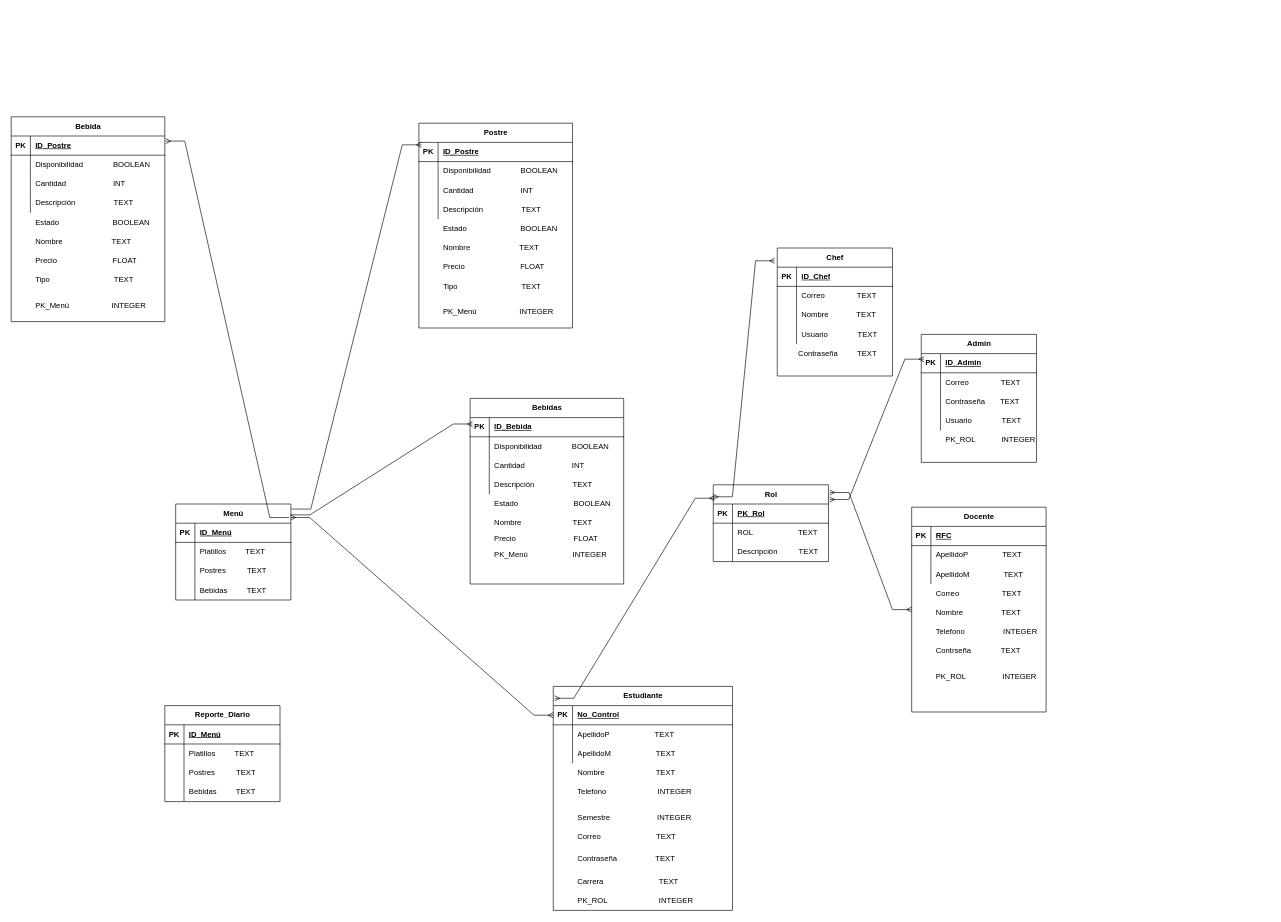
This is Diagrama sin título.drawio from OSCARCH2002/diagramas, a draw.io file, before an edit. Source tidied: cells renumbered, new cells numbered last; positions are measured from the earlier drawing's top-left corner, leaving out a move shared by most shapes. Both pictures are drawn from the tidied source at 64%, with x=0, y=0 at pixel (11, 116).
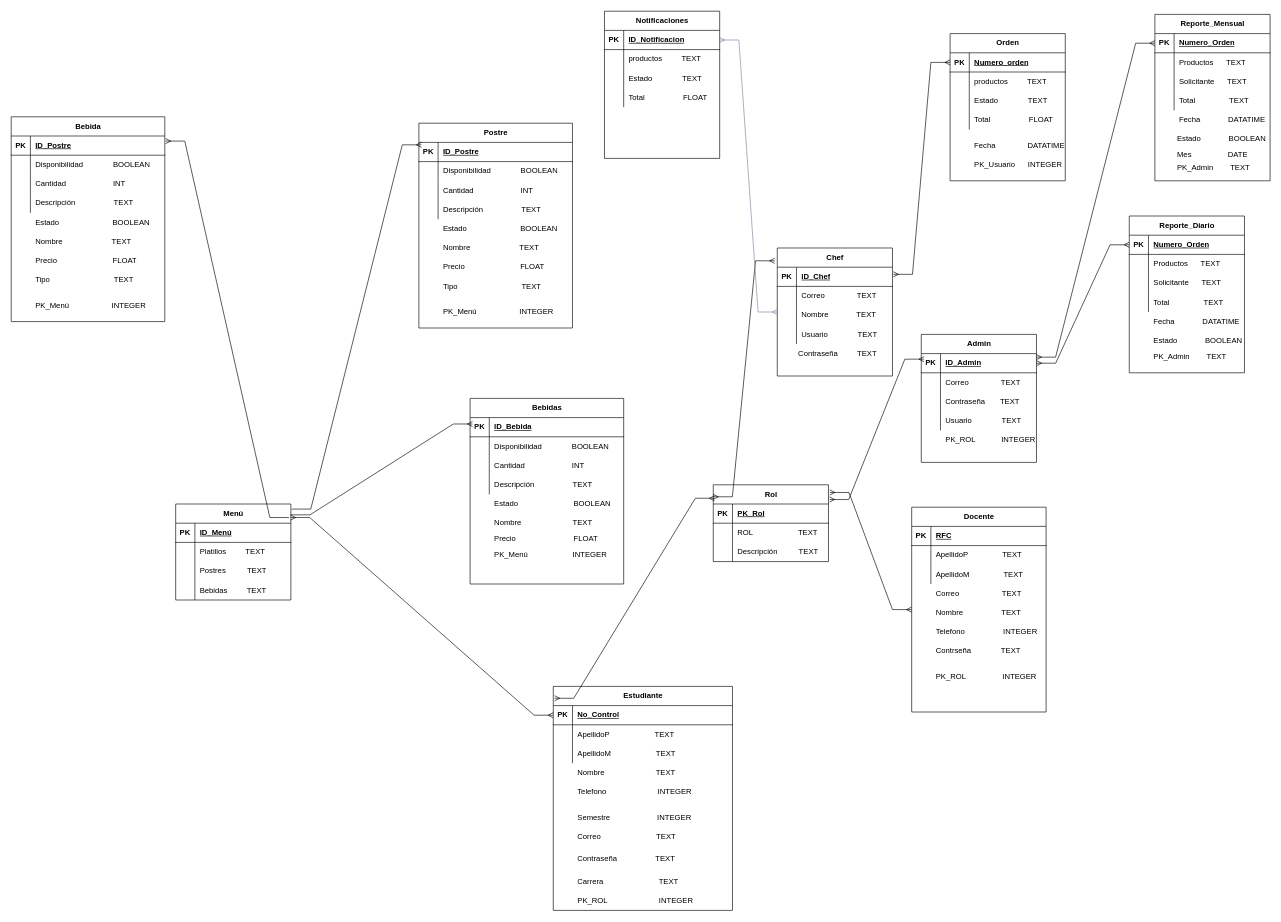
The same page after the edit.

The change refers to these unchanged cells:
```xml
<mxCell id="44" style="shape=tableRow;horizontal=0;startSize=0;swimlaneHead=0;swimlaneBody=0;fillColor=none;points=[[0,0.5],[1,0.5]];portConstraint=eastwest;top=0;left=0;right=0;bottom=1;" parent="43" vertex="1">
  <mxGeometry y="30" width="180" height="30" as="geometry" />
</mxCell>
<mxCell id="92" value="Chef" style="shape=table;startSize=30;childLayout=tableLayout;rowLines=0;fontStyle=1;align=center;html=1;" parent="1" vertex="1">
  <mxGeometry x="1197" y="205" width="180" height="200" as="geometry" />
</mxCell>
<mxCell id="93" style="shape=tableRow;horizontal=0;startSize=0;swimlaneHead=0;swimlaneBody=0;fillColor=none;points=[[0,0.5],[1,0.5]];portConstraint=eastwest;top=0;left=0;right=0;bottom=1;" parent="92" vertex="1">
  <mxGeometry y="30" width="180" height="30" as="geometry" />
</mxCell>
<mxCell id="146" style="shape=tableRow;horizontal=0;startSize=0;swimlaneHead=0;swimlaneBody=0;fillColor=none;points=[[0,0.5],[1,0.5]];portConstraint=eastwest;top=0;left=0;right=0;bottom=1;" parent="145" vertex="1">
  <mxGeometry y="30" width="180" height="30" as="geometry" />
</mxCell>
<mxCell id="149" style="shape=tableRow;horizontal=0;startSize=0;swimlaneHead=0;swimlaneBody=0;fillColor=none;top=0;left=0;right=0;bottom=0;" parent="145" vertex="1">
  <mxGeometry y="60" width="180" height="30" as="geometry" />
</mxCell>
<mxCell id="152" style="shape=tableRow;horizontal=0;startSize=0;swimlaneHead=0;swimlaneBody=0;fillColor=none;top=0;left=0;right=0;bottom=0;" parent="145" vertex="1">
  <mxGeometry y="90" width="180" height="30" as="geometry" />
</mxCell>
<mxCell id="155" style="shape=tableRow;horizontal=0;startSize=0;swimlaneHead=0;swimlaneBody=0;fillColor=none;top=0;left=0;right=0;bottom=0;" parent="145" vertex="1">
  <mxGeometry y="120" width="180" height="30" as="geometry" />
</mxCell>
```

What changed in the source:
```diff
@@
     <mxCell id="145" value="Reporte_Diario" style="shape=table;startSize=30;childLayout=tableLayout;rowLines=0;fontStyle=1;align=center;html=1;" parent="1" vertex="1">
-      <mxGeometry x="240" y="920" width="180" height="150" as="geometry" />
+      <mxGeometry x="1747" y="155" width="180" height="245" as="geometry" />
     </mxCell>
@@
-    <mxCell id="148" value="ID_Menú" style="shape=partialRectangle;fillColor=none;top=0;left=0;bottom=0;right=0;align=left;spacingLeft=6;fontStyle=5;overflow=hidden;whiteSpace=wrap;html=1;" parent="146" vertex="1">
+    <mxCell id="148" value="Numero_Orden" style="shape=partialRectangle;fillColor=none;top=0;left=0;bottom=0;right=0;align=left;spacingLeft=6;fontStyle=5;overflow=hidden;whiteSpace=wrap;html=1;" parent="146" vertex="1">
       <mxGeometry x="30" width="150" height="30" as="geometry" />
     </mxCell>
@@
-    <mxCell id="151" value="Platillos&amp;nbsp; &amp;nbsp; &amp;nbsp; &amp;nbsp; &amp;nbsp;TEXT" style="shape=partialRectangle;fillColor=none;top=0;left=0;bottom=0;right=0;align=left;spacingLeft=6;overflow=hidden;whiteSpace=wrap;html=1;" parent="149" vertex="1">
+    <mxCell id="151" value="Productos&amp;nbsp; &amp;nbsp; &amp;nbsp; TEXT" style="shape=partialRectangle;fillColor=none;top=0;left=0;bottom=0;right=0;align=left;spacingLeft=6;overflow=hidden;whiteSpace=wrap;html=1;" parent="149" vertex="1">
       <mxGeometry x="30" width="150" height="30" as="geometry" />
     </mxCell>
@@
-    <mxCell id="154" value="Postres&amp;nbsp; &amp;nbsp; &amp;nbsp; &amp;nbsp; &amp;nbsp; TEXT" style="shape=partialRectangle;fillColor=none;top=0;left=0;bottom=0;right=0;align=left;spacingLeft=6;overflow=hidden;whiteSpace=wrap;html=1;" parent="152" vertex="1">
+    <mxCell id="154" value="Solicitante&amp;nbsp; &amp;nbsp; &amp;nbsp; TEXT" style="shape=partialRectangle;fillColor=none;top=0;left=0;bottom=0;right=0;align=left;spacingLeft=6;overflow=hidden;whiteSpace=wrap;html=1;" parent="152" vertex="1">
       <mxGeometry x="30" width="150" height="30" as="geometry" />
     </mxCell>
@@
-    <mxCell id="157" value="Bebidas&amp;nbsp; &amp;nbsp; &amp;nbsp; &amp;nbsp; &amp;nbsp;TEXT" style="shape=partialRectangle;fillColor=none;top=0;left=0;bottom=0;right=0;align=left;spacingLeft=6;overflow=hidden;whiteSpace=wrap;html=1;" parent="155" vertex="1">
+    <mxCell id="157" value="Total&amp;nbsp; &amp;nbsp; &amp;nbsp; &amp;nbsp; &amp;nbsp; &amp;nbsp; &amp;nbsp; &amp;nbsp; TEXT" style="shape=partialRectangle;fillColor=none;top=0;left=0;bottom=0;right=0;align=left;spacingLeft=6;overflow=hidden;whiteSpace=wrap;html=1;" parent="155" vertex="1">
       <mxGeometry x="30" width="150" height="30" as="geometry" />
     </mxCell>
@@
+    <mxCell id="159" value="Fecha&amp;nbsp; &amp;nbsp; &amp;nbsp; &amp;nbsp; &amp;nbsp; &amp;nbsp; &amp;nbsp;DATATIME" style="shape=partialRectangle;fillColor=none;top=0;left=0;bottom=0;right=0;align=left;spacingLeft=6;overflow=hidden;whiteSpace=wrap;html=1;" parent="1" vertex="1">
+      <mxGeometry x="1777" y="305" width="150" height="30" as="geometry" />
+    </mxCell>
+    <mxCell id="160" value="Estado&amp;nbsp; &amp;nbsp; &amp;nbsp; &amp;nbsp; &amp;nbsp; &amp;nbsp; &amp;nbsp;BOOLEAN" style="shape=partialRectangle;fillColor=none;top=0;left=0;bottom=0;right=0;align=left;spacingLeft=6;overflow=hidden;whiteSpace=wrap;html=1;" parent="1" vertex="1">
+      <mxGeometry x="1777" y="335" width="150" height="30" as="geometry" />
+    </mxCell>
+    <mxCell id="161" value="Reporte_Mensual" style="shape=table;startSize=30;childLayout=tableLayout;rowLines=0;fontStyle=1;align=center;html=1;" parent="1" vertex="1">
+      <mxGeometry x="1787" y="-160" width="180" height="260" as="geometry" />
+    </mxCell>
+    <mxCell id="162" style="shape=tableRow;horizontal=0;startSize=0;swimlaneHead=0;swimlaneBody=0;fillColor=none;points=[[0,0.5],[1,0.5]];portConstraint=eastwest;top=0;left=0;right=0;bottom=1;" parent="161" vertex="1">
+      <mxGeometry y="30" width="180" height="30" as="geometry" />
+    </mxCell>
+    <mxCell id="163" value="PK" style="shape=partialRectangle;fillColor=none;top=0;left=0;bottom=0;right=0;fontStyle=1;overflow=hidden;whiteSpace=wrap;html=1;" parent="162" vertex="1">
+      <mxGeometry width="30" height="30" as="geometry" />
+    </mxCell>
+    <mxCell id="164" value="Numero_Orden" style="shape=partialRectangle;fillColor=none;top=0;left=0;bottom=0;right=0;align=left;spacingLeft=6;fontStyle=5;overflow=hidden;whiteSpace=wrap;html=1;" parent="162" vertex="1">
+      <mxGeometry x="30" width="150" height="30" as="geometry" />
+    </mxCell>
+    <mxCell id="165" style="shape=tableRow;horizontal=0;startSize=0;swimlaneHead=0;swimlaneBody=0;fillColor=none;top=0;left=0;right=0;bottom=0;" parent="161" vertex="1">
+      <mxGeometry y="60" width="180" height="30" as="geometry" />
+    </mxCell>
+    <mxCell id="166" style="shape=partialRectangle;fillColor=none;top=0;left=0;bottom=0;right=0;overflow=hidden;whiteSpace=wrap;html=1;" parent="165" vertex="1">
+      <mxGeometry width="30" height="30" as="geometry" />
+    </mxCell>
+    <mxCell id="167" value="Productos&amp;nbsp; &amp;nbsp; &amp;nbsp; TEXT" style="shape=partialRectangle;fillColor=none;top=0;left=0;bottom=0;right=0;align=left;spacingLeft=6;overflow=hidden;whiteSpace=wrap;html=1;" parent="165" vertex="1">
+      <mxGeometry x="30" width="150" height="30" as="geometry" />
+    </mxCell>
+    <mxCell id="168" style="shape=tableRow;horizontal=0;startSize=0;swimlaneHead=0;swimlaneBody=0;fillColor=none;top=0;left=0;right=0;bottom=0;" parent="161" vertex="1">
+      <mxGeometry y="90" width="180" height="30" as="geometry" />
+    </mxCell>
+    <mxCell id="169" style="shape=partialRectangle;fillColor=none;top=0;left=0;bottom=0;right=0;overflow=hidden;whiteSpace=wrap;html=1;" parent="168" vertex="1">
+      <mxGeometry width="30" height="30" as="geometry" />
+    </mxCell>
+    <mxCell id="170" value="Solicitante&amp;nbsp; &amp;nbsp; &amp;nbsp; TEXT" style="shape=partialRectangle;fillColor=none;top=0;left=0;bottom=0;right=0;align=left;spacingLeft=6;overflow=hidden;whiteSpace=wrap;html=1;" parent="168" vertex="1">
+      <mxGeometry x="30" width="150" height="30" as="geometry" />
+    </mxCell>
+    <mxCell id="171" style="shape=tableRow;horizontal=0;startSize=0;swimlaneHead=0;swimlaneBody=0;fillColor=none;top=0;left=0;right=0;bottom=0;" parent="161" vertex="1">
+      <mxGeometry y="120" width="180" height="30" as="geometry" />
+    </mxCell>
+    <mxCell id="172" style="shape=partialRectangle;fillColor=none;top=0;left=0;bottom=0;right=0;overflow=hidden;whiteSpace=wrap;html=1;" parent="171" vertex="1">
+      <mxGeometry width="30" height="30" as="geometry" />
+    </mxCell>
+    <mxCell id="173" value="Total&amp;nbsp; &amp;nbsp; &amp;nbsp; &amp;nbsp; &amp;nbsp; &amp;nbsp; &amp;nbsp; &amp;nbsp; TEXT" style="shape=partialRectangle;fillColor=none;top=0;left=0;bottom=0;right=0;align=left;spacingLeft=6;overflow=hidden;whiteSpace=wrap;html=1;" parent="171" vertex="1">
+      <mxGeometry x="30" width="150" height="30" as="geometry" />
+    </mxCell>
+    <mxCell id="174" value="Fecha&amp;nbsp; &amp;nbsp; &amp;nbsp; &amp;nbsp; &amp;nbsp; &amp;nbsp; &amp;nbsp;DATATIME" style="shape=partialRectangle;fillColor=none;top=0;left=0;bottom=0;right=0;align=left;spacingLeft=6;overflow=hidden;whiteSpace=wrap;html=1;" parent="1" vertex="1">
+      <mxGeometry x="1817" y="-10" width="150" height="30" as="geometry" />
+    </mxCell>
+    <mxCell id="175" value="Estado&amp;nbsp; &amp;nbsp; &amp;nbsp; &amp;nbsp; &amp;nbsp; &amp;nbsp; &amp;nbsp;BOOLEAN" style="shape=partialRectangle;fillColor=none;top=0;left=0;bottom=0;right=0;align=left;spacingLeft=6;overflow=hidden;whiteSpace=wrap;html=1;" parent="1" vertex="1">
+      <mxGeometry x="1814" y="20" width="150" height="30" as="geometry" />
+    </mxCell>
+    <mxCell id="176" value="Mes&amp;nbsp; &amp;nbsp; &amp;nbsp; &amp;nbsp; &amp;nbsp; &amp;nbsp; &amp;nbsp; &amp;nbsp; &amp;nbsp;DATE" style="shape=partialRectangle;fillColor=none;top=0;left=0;bottom=0;right=0;align=left;spacingLeft=6;overflow=hidden;whiteSpace=wrap;html=1;" parent="1" vertex="1">
+      <mxGeometry x="1814" y="45" width="150" height="30" as="geometry" />
+    </mxCell>
+    <mxCell id="177" value="PK_Admin&amp;nbsp; &amp;nbsp; &amp;nbsp; &amp;nbsp; TEXT" style="shape=partialRectangle;fillColor=none;top=0;left=0;bottom=0;right=0;align=left;spacingLeft=6;overflow=hidden;whiteSpace=wrap;html=1;" parent="1" vertex="1">
+      <mxGeometry x="1777" y="360" width="150" height="30" as="geometry" />
+    </mxCell>
+    <mxCell id="178" value="PK_Admin&amp;nbsp; &amp;nbsp; &amp;nbsp; &amp;nbsp; TEXT" style="shape=partialRectangle;fillColor=none;top=0;left=0;bottom=0;right=0;align=left;spacingLeft=6;overflow=hidden;whiteSpace=wrap;html=1;" parent="1" vertex="1">
+      <mxGeometry x="1814" y="65" width="150" height="30" as="geometry" />
+    </mxCell>
+    <mxCell id="179" style="edgeStyle=entityRelationEdgeStyle;fontSize=12;html=1;endArrow=ERmany;startArrow=ERmany;rounded=0;entryX=0;entryY=0.5;entryDx=0;entryDy=0;exitX=1;exitY=0.5;exitDx=0;exitDy=0;" parent="1" edge="1" source="44" target="146">
+      <mxGeometry relative="1" as="geometry" />
+    </mxCell>
+    <mxCell id="180" style="edgeStyle=entityRelationEdgeStyle;fontSize=12;html=1;endArrow=ERmany;startArrow=ERmany;rounded=0;exitX=0.999;exitY=0.185;exitDx=0;exitDy=0;entryX=0;entryY=0.5;entryDx=0;entryDy=0;exitPerimeter=0;" parent="1" edge="1" source="44" target="162">
+      <mxGeometry relative="1" as="geometry" />
+    </mxCell>
+    <mxCell id="181" value="Orden" style="shape=table;startSize=30;childLayout=tableLayout;rowLines=0;fontStyle=1;align=center;html=1;" parent="1" vertex="1">
+      <mxGeometry x="1467" y="-130" width="180" height="230" as="geometry" />
+    </mxCell>
+    <mxCell id="182" style="shape=tableRow;horizontal=0;startSize=0;swimlaneHead=0;swimlaneBody=0;fillColor=none;points=[[0,0.5],[1,0.5]];portConstraint=eastwest;top=0;left=0;right=0;bottom=1;" parent="181" vertex="1">
+      <mxGeometry y="30" width="180" height="30" as="geometry" />
+    </mxCell>
+    <mxCell id="183" value="PK" style="shape=partialRectangle;fillColor=none;top=0;left=0;bottom=0;right=0;fontStyle=1;overflow=hidden;whiteSpace=wrap;html=1;" parent="182" vertex="1">
+      <mxGeometry width="30" height="30" as="geometry" />
+    </mxCell>
+    <mxCell id="184" value="Numero_orden" style="shape=partialRectangle;fillColor=none;top=0;left=0;bottom=0;right=0;align=left;spacingLeft=6;fontStyle=5;overflow=hidden;whiteSpace=wrap;html=1;" parent="182" vertex="1">
+      <mxGeometry x="30" width="150" height="30" as="geometry" />
+    </mxCell>
+    <mxCell id="185" style="shape=tableRow;horizontal=0;startSize=0;swimlaneHead=0;swimlaneBody=0;fillColor=none;top=0;left=0;right=0;bottom=0;" parent="181" vertex="1">
+      <mxGeometry y="60" width="180" height="30" as="geometry" />
+    </mxCell>
+    <mxCell id="186" style="shape=partialRectangle;fillColor=none;top=0;left=0;bottom=0;right=0;overflow=hidden;whiteSpace=wrap;html=1;" parent="185" vertex="1">
+      <mxGeometry width="30" height="30" as="geometry" />
+    </mxCell>
+    <mxCell id="187" value="productos&amp;nbsp; &amp;nbsp; &amp;nbsp; &amp;nbsp; &amp;nbsp;TEXT" style="shape=partialRectangle;fillColor=none;top=0;left=0;bottom=0;right=0;align=left;spacingLeft=6;overflow=hidden;whiteSpace=wrap;html=1;" parent="185" vertex="1">
+      <mxGeometry x="30" width="150" height="30" as="geometry" />
+    </mxCell>
+    <mxCell id="188" style="shape=tableRow;horizontal=0;startSize=0;swimlaneHead=0;swimlaneBody=0;fillColor=none;top=0;left=0;right=0;bottom=0;" parent="181" vertex="1">
+      <mxGeometry y="90" width="180" height="30" as="geometry" />
+    </mxCell>
+    <mxCell id="189" style="shape=partialRectangle;fillColor=none;top=0;left=0;bottom=0;right=0;overflow=hidden;whiteSpace=wrap;html=1;" parent="188" vertex="1">
+      <mxGeometry width="30" height="30" as="geometry" />
+    </mxCell>
+    <mxCell id="190" value="Estado&amp;nbsp; &amp;nbsp; &amp;nbsp; &amp;nbsp; &amp;nbsp; &amp;nbsp; &amp;nbsp; TEXT" style="shape=partialRectangle;fillColor=none;top=0;left=0;bottom=0;right=0;align=left;spacingLeft=6;overflow=hidden;whiteSpace=wrap;html=1;" parent="188" vertex="1">
+      <mxGeometry x="30" width="150" height="30" as="geometry" />
+    </mxCell>
+    <mxCell id="191" style="shape=tableRow;horizontal=0;startSize=0;swimlaneHead=0;swimlaneBody=0;fillColor=none;top=0;left=0;right=0;bottom=0;" parent="181" vertex="1">
+      <mxGeometry y="120" width="180" height="30" as="geometry" />
+    </mxCell>
+    <mxCell id="192" style="shape=partialRectangle;fillColor=none;top=0;left=0;bottom=0;right=0;overflow=hidden;whiteSpace=wrap;html=1;" parent="191" vertex="1">
+      <mxGeometry width="30" height="30" as="geometry" />
+    </mxCell>
+    <mxCell id="193" value="Total&amp;nbsp; &amp;nbsp; &amp;nbsp; &amp;nbsp; &amp;nbsp; &amp;nbsp; &amp;nbsp; &amp;nbsp; &amp;nbsp; FLOAT" style="shape=partialRectangle;fillColor=none;top=0;left=0;bottom=0;right=0;align=left;spacingLeft=6;overflow=hidden;whiteSpace=wrap;html=1;" parent="191" vertex="1">
+      <mxGeometry x="30" width="150" height="30" as="geometry" />
+    </mxCell>
+    <mxCell id="194" value="Fecha&amp;nbsp; &amp;nbsp; &amp;nbsp; &amp;nbsp; &amp;nbsp; &amp;nbsp; &amp;nbsp; &amp;nbsp;DATATIME" style="shape=partialRectangle;fillColor=none;top=0;left=0;bottom=0;right=0;align=left;spacingLeft=6;overflow=hidden;whiteSpace=wrap;html=1;" parent="1" vertex="1">
+      <mxGeometry x="1497" y="30" width="150" height="30" as="geometry" />
+    </mxCell>
+    <mxCell id="195" value="PK_Usuario&amp;nbsp; &amp;nbsp; &amp;nbsp; INTEGER" style="shape=partialRectangle;fillColor=none;top=0;left=0;bottom=0;right=0;align=left;spacingLeft=6;overflow=hidden;whiteSpace=wrap;html=1;" parent="1" vertex="1">
+      <mxGeometry x="1497" y="60" width="150" height="30" as="geometry" />
+    </mxCell>
+    <mxCell id="196" style="edgeStyle=entityRelationEdgeStyle;fontSize=12;html=1;endArrow=ERmany;startArrow=ERmany;rounded=0;exitX=1.007;exitY=0.371;exitDx=0;exitDy=0;entryX=0;entryY=0.5;entryDx=0;entryDy=0;exitPerimeter=0;" parent="1" edge="1" source="93" target="182">
+      <mxGeometry relative="1" as="geometry" />
+    </mxCell>
+    <mxCell id="197" value="Notificaciones" style="shape=table;startSize=30;childLayout=tableLayout;rowLines=0;fontStyle=1;align=center;html=1;" parent="1" vertex="1">
+      <mxGeometry x="927" y="-165" width="180" height="230" as="geometry" />
+    </mxCell>
+    <mxCell id="198" style="shape=tableRow;horizontal=0;startSize=0;swimlaneHead=0;swimlaneBody=0;fillColor=none;points=[[0,0.5],[1,0.5]];portConstraint=eastwest;top=0;left=0;right=0;bottom=1;strokeWidth=1;" parent="197" vertex="1">
+      <mxGeometry y="30" width="180" height="30" as="geometry" />
+    </mxCell>
+    <mxCell id="199" value="PK" style="shape=partialRectangle;fillColor=none;top=0;left=0;bottom=0;right=0;fontStyle=1;overflow=hidden;whiteSpace=wrap;html=1;strokeWidth=1;" parent="198" vertex="1">
+      <mxGeometry width="30" height="30" as="geometry" />
+    </mxCell>
+    <mxCell id="200" value="ID_Notificacion" style="shape=partialRectangle;fillColor=none;top=0;left=0;bottom=0;right=0;align=left;spacingLeft=6;fontStyle=5;overflow=hidden;whiteSpace=wrap;html=1;strokeWidth=1;" parent="198" vertex="1">
+      <mxGeometry x="30" width="150" height="30" as="geometry" />
+    </mxCell>
+    <mxCell id="201" style="shape=tableRow;horizontal=0;startSize=0;swimlaneHead=0;swimlaneBody=0;fillColor=none;top=0;left=0;right=0;bottom=0;strokeWidth=1;" parent="197" vertex="1">
+      <mxGeometry y="60" width="180" height="30" as="geometry" />
+    </mxCell>
+    <mxCell id="202" style="shape=partialRectangle;fillColor=none;top=0;left=0;bottom=0;right=0;overflow=hidden;whiteSpace=wrap;html=1;strokeWidth=1;" parent="201" vertex="1">
+      <mxGeometry width="30" height="30" as="geometry" />
+    </mxCell>
+    <mxCell id="203" value="productos&amp;nbsp; &amp;nbsp; &amp;nbsp; &amp;nbsp; &amp;nbsp;TEXT" style="shape=partialRectangle;fillColor=none;top=0;left=0;bottom=0;right=0;align=left;spacingLeft=6;overflow=hidden;whiteSpace=wrap;html=1;strokeWidth=1;" parent="201" vertex="1">
+      <mxGeometry x="30" width="150" height="30" as="geometry" />
+    </mxCell>
+    <mxCell id="204" style="shape=tableRow;horizontal=0;startSize=0;swimlaneHead=0;swimlaneBody=0;fillColor=none;top=0;left=0;right=0;bottom=0;strokeWidth=1;" parent="197" vertex="1">
+      <mxGeometry y="90" width="180" height="30" as="geometry" />
+    </mxCell>
+    <mxCell id="205" style="shape=partialRectangle;fillColor=none;top=0;left=0;bottom=0;right=0;overflow=hidden;whiteSpace=wrap;html=1;strokeWidth=1;" parent="204" vertex="1">
+      <mxGeometry width="30" height="30" as="geometry" />
+    </mxCell>
+    <mxCell id="206" value="Estado&amp;nbsp; &amp;nbsp; &amp;nbsp; &amp;nbsp; &amp;nbsp; &amp;nbsp; &amp;nbsp; TEXT" style="shape=partialRectangle;fillColor=none;top=0;left=0;bottom=0;right=0;align=left;spacingLeft=6;overflow=hidden;whiteSpace=wrap;html=1;strokeWidth=1;" parent="204" vertex="1">
+      <mxGeometry x="30" width="150" height="30" as="geometry" />
+    </mxCell>
+    <mxCell id="207" style="shape=tableRow;horizontal=0;startSize=0;swimlaneHead=0;swimlaneBody=0;fillColor=none;top=0;left=0;right=0;bottom=0;strokeWidth=1;" parent="197" vertex="1">
+      <mxGeometry y="120" width="180" height="30" as="geometry" />
+    </mxCell>
+    <mxCell id="208" style="shape=partialRectangle;fillColor=none;top=0;left=0;bottom=0;right=0;overflow=hidden;whiteSpace=wrap;html=1;strokeWidth=1;" parent="207" vertex="1">
+      <mxGeometry width="30" height="30" as="geometry" />
+    </mxCell>
+    <mxCell id="209" value="Total&amp;nbsp; &amp;nbsp; &amp;nbsp; &amp;nbsp; &amp;nbsp; &amp;nbsp; &amp;nbsp; &amp;nbsp; &amp;nbsp; FLOAT" style="shape=partialRectangle;fillColor=none;top=0;left=0;bottom=0;right=0;align=left;spacingLeft=6;overflow=hidden;whiteSpace=wrap;html=1;strokeWidth=1;" parent="207" vertex="1">
+      <mxGeometry x="30" width="150" height="30" as="geometry" />
+    </mxCell>
+    <mxCell id="210" style="edgeStyle=entityRelationEdgeStyle;fontSize=12;html=1;endArrow=ERmany;startArrow=ERmany;rounded=0;strokeColor=#788AA3;fontColor=#46495D;fillColor=#B2C9AB;entryX=1;entryY=0.5;entryDx=0;entryDy=0;" parent="1" edge="1" source="92" target="198">
+      <mxGeometry relative="1" as="geometry" />
+    </mxCell>
```
